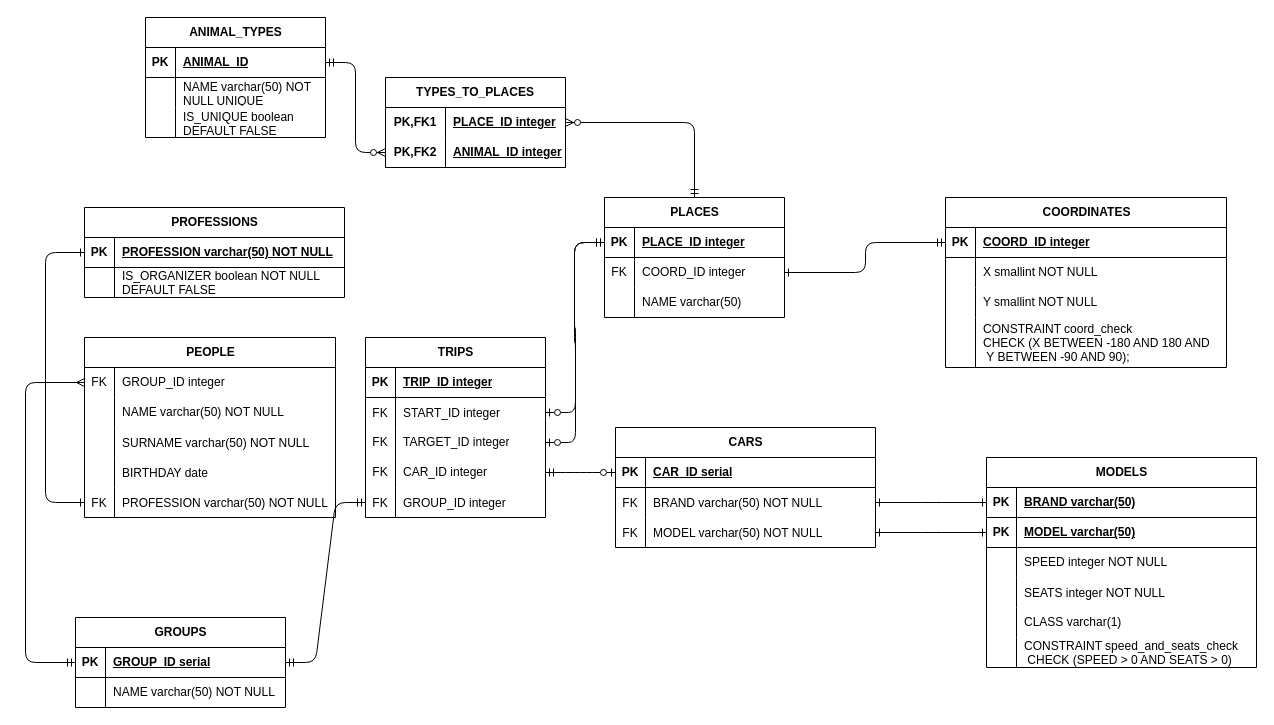
Before: lab3/NewModel.drawio in Xaabibas/Databases, a draw.io diagram. Source tidied: cells renumbered, new cells numbered last; positions are measured from the earlier drawing's top-left corner, leaving out a move shared by most shapes. Both pictures are drawn from the tidied source at 100%, with x=0, y=0 at pixel (25, 17).
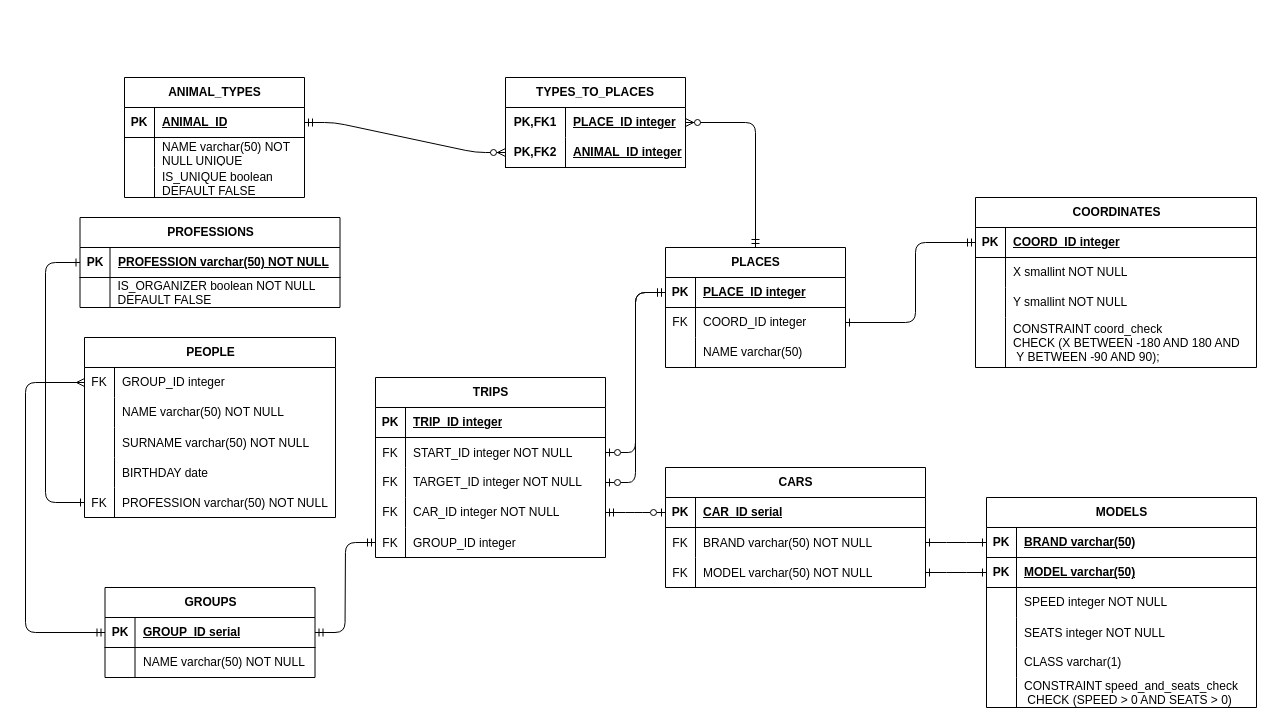
The same diagram, later.

Unchanged cells that the change refers to:
```xml
<mxCell id="32" style="shape=tableRow;horizontal=0;startSize=0;swimlaneHead=0;swimlaneBody=0;fillColor=none;points=[[0,0.5],[1,0.5]];portConstraint=eastwest;top=0;left=0;right=0;bottom=0;" parent="28" vertex="1">
  <mxGeometry y="60" width="180" height="30" as="geometry" />
</mxCell>
<mxCell id="39" style="shape=tableRow;horizontal=0;startSize=0;swimlaneHead=0;swimlaneBody=0;fillColor=none;points=[[0,0.5],[1,0.5]];portConstraint=eastwest;top=0;left=0;right=0;bottom=1;" parent="38" vertex="1">
  <mxGeometry y="30" width="281" height="30" as="geometry" />
</mxCell>
```

Change to the diagram source:
```diff
@@
     <mxCell id="2" value="TRIPS" style="shape=table;startSize=30;childLayout=tableLayout;rowLines=0;fontStyle=1;align=center;html=1;" parent="1" vertex="1">
-      <mxGeometry x="340" y="320" width="180" height="180" as="geometry" />
+      <mxGeometry x="350" y="360" width="230" height="180" as="geometry" />
     </mxCell>
     <mxCell id="3" style="shape=tableRow;horizontal=0;startSize=0;swimlaneHead=0;swimlaneBody=0;fillColor=none;top=0;left=0;right=0;bottom=1;" parent="2" vertex="1">
-      <mxGeometry y="30" width="180" height="30" as="geometry" />
+      <mxGeometry y="30" width="230" height="30" as="geometry" />
     </mxCell>
@@
     <mxCell id="5" value="TRIP_ID integer" style="shape=partialRectangle;fillColor=none;top=0;left=0;bottom=0;right=0;align=left;spacingLeft=6;fontStyle=5;overflow=hidden;whiteSpace=wrap;html=1;" parent="3" vertex="1">
-      <mxGeometry x="30" width="150" height="30" as="geometry" />
+      <mxGeometry x="30" width="200" height="30" as="geometry" />
     </mxCell>
     <mxCell id="6" style="shape=tableRow;horizontal=0;startSize=0;swimlaneHead=0;swimlaneBody=0;fillColor=none;points=[[0,0.5],[1,0.5]];portConstraint=eastwest;top=0;left=0;right=0;bottom=0;" parent="2" vertex="1">
-      <mxGeometry y="60" width="180" height="30" as="geometry" />
+      <mxGeometry y="60" width="230" height="30" as="geometry" />
     </mxCell>
@@
-    <mxCell id="8" value="START_ID integer" style="shape=partialRectangle;fillColor=none;top=0;left=0;bottom=0;right=0;align=left;spacingLeft=6;overflow=hidden;" parent="6" vertex="1">
-      <mxGeometry x="30" width="150" height="30" as="geometry" />
+    <mxCell id="8" value="START_ID integer NOT NULL" style="shape=partialRectangle;fillColor=none;top=0;left=0;bottom=0;right=0;align=left;spacingLeft=6;overflow=hidden;" parent="6" vertex="1">
+      <mxGeometry x="30" width="200" height="30" as="geometry" />
     </mxCell>
     <mxCell id="9" style="shape=tableRow;horizontal=0;startSize=0;swimlaneHead=0;swimlaneBody=0;fillColor=none;points=[[0,0.5],[1,0.5]];portConstraint=eastwest;top=0;left=0;right=0;bottom=0;" parent="2" vertex="1">
-      <mxGeometry y="90" width="180" height="30" as="geometry" />
+      <mxGeometry y="90" width="230" height="30" as="geometry" />
     </mxCell>
@@
-    <mxCell id="11" value="TARGET_ID integer" style="shape=partialRectangle;fillColor=none;top=0;left=0;bottom=0;right=0;align=left;spacingLeft=6;overflow=hidden;whiteSpace=wrap;html=1;" parent="9" vertex="1">
-      <mxGeometry x="30" width="150" height="30" as="geometry" />
+    <mxCell id="11" value="TARGET_ID integer NOT NULL" style="shape=partialRectangle;fillColor=none;top=0;left=0;bottom=0;right=0;align=left;spacingLeft=6;overflow=hidden;whiteSpace=wrap;html=1;" parent="9" vertex="1">
+      <mxGeometry x="30" width="200" height="30" as="geometry" />
     </mxCell>
     <mxCell id="12" style="shape=tableRow;horizontal=0;startSize=0;swimlaneHead=0;swimlaneBody=0;fillColor=none;points=[[0,0.5],[1,0.5]];portConstraint=eastwest;top=0;left=0;right=0;bottom=0;" parent="2" vertex="1">
-      <mxGeometry y="120" width="180" height="30" as="geometry" />
+      <mxGeometry y="120" width="230" height="30" as="geometry" />
     </mxCell>
@@
-    <mxCell id="14" value="CAR_ID integer" style="shape=partialRectangle;fillColor=none;top=0;left=0;bottom=0;right=0;align=left;spacingLeft=6;overflow=hidden;whiteSpace=wrap;html=1;" parent="12" vertex="1">
-      <mxGeometry x="30" width="150" height="30" as="geometry" />
+    <mxCell id="14" value="CAR_ID integer NOT NULL" style="shape=partialRectangle;fillColor=none;top=0;left=0;bottom=0;right=0;align=left;spacingLeft=6;overflow=hidden;whiteSpace=wrap;html=1;" parent="12" vertex="1">
+      <mxGeometry x="30" width="200" height="30" as="geometry" />
     </mxCell>
     <mxCell id="15" style="shape=tableRow;horizontal=0;startSize=0;swimlaneHead=0;swimlaneBody=0;fillColor=none;points=[[0,0.5],[1,0.5]];portConstraint=eastwest;top=0;left=0;right=0;bottom=0;" parent="2" vertex="1">
-      <mxGeometry y="150" width="180" height="30" as="geometry" />
+      <mxGeometry y="150" width="230" height="30" as="geometry" />
     </mxCell>
@@
     <mxCell id="17" value="GROUP_ID integer" style="shape=partialRectangle;fillColor=none;top=0;left=0;bottom=0;right=0;align=left;spacingLeft=6;overflow=hidden;" parent="15" vertex="1">
-      <mxGeometry x="30" width="150" height="30" as="geometry" />
+      <mxGeometry x="30" width="200" height="30" as="geometry" />
     </mxCell>
     <mxCell id="18" value="CARS" style="shape=table;startSize=30;childLayout=tableLayout;rowLines=0;fontStyle=1;align=center;html=1;" parent="1" vertex="1">
-      <mxGeometry x="590" y="410" width="260" height="120" as="geometry" />
+      <mxGeometry x="640" y="450" width="260" height="120" as="geometry" />
     </mxCell>
@@
     <mxCell id="28" value="PLACES" style="shape=table;startSize=30;childLayout=tableLayout;rowLines=0;fontStyle=1;align=center;html=1;" parent="1" vertex="1">
-      <mxGeometry x="579" y="180" width="180" height="120" as="geometry" />
+      <mxGeometry x="640" y="230" width="180" height="120" as="geometry" />
     </mxCell>
@@
     <mxCell id="38" value="COORDINATES" style="shape=table;startSize=30;childLayout=tableLayout;rowLines=0;fontStyle=1;align=center;html=1;" parent="1" vertex="1">
-      <mxGeometry x="920" y="180" width="281" height="170" as="geometry" />
+      <mxGeometry x="950" y="180" width="281" height="170" as="geometry" />
     </mxCell>
@@
     <mxCell id="51" value="GROUPS" style="shape=table;startSize=30;childLayout=tableLayout;rowLines=0;fontStyle=1;align=center;html=1;" parent="1" vertex="1">
-      <mxGeometry x="50" y="600" width="210" height="90" as="geometry" />
+      <mxGeometry x="79.5" y="570" width="210" height="90" as="geometry" />
     </mxCell>
@@
     <mxCell id="58" value="ANIMAL_TYPES" style="shape=table;startSize=30;childLayout=tableLayout;rowLines=0;fontStyle=1;align=center;html=1;" parent="1" vertex="1">
-      <mxGeometry x="120" width="180" height="120" as="geometry" />
+      <mxGeometry x="99" y="60" width="180" height="120" as="geometry" />
     </mxCell>
@@
     <mxCell id="68" value="TYPES_TO_PLACES" style="shape=table;startSize=30;childLayout=tableLayout;rowLines=0;fontStyle=1;align=center;html=1;whiteSpace=wrap;" parent="1" vertex="1">
-      <mxGeometry x="360" y="60" width="180" height="90" as="geometry" />
+      <mxGeometry x="480" y="60" width="180" height="90" as="geometry" />
     </mxCell>
@@
     <mxCell id="77" style="edgeStyle=elbowEdgeStyle;fontSize=12;html=1;endArrow=ERmandOne;rounded=1;exitX=1;exitY=0.5;exitDx=0;exitDy=0;entryX=0;entryY=0.5;entryDx=0;entryDy=0;startArrow=ERone;startFill=0;" parent="1" edge="1" source="32" target="39">
       <mxGeometry relative="1" as="geometry">
         <Array as="points">
-          <mxPoint x="840" y="240" />
+          <mxPoint x="890" y="260" />
         </Array>
       </mxGeometry>
     </mxCell>
@@
     <mxCell id="99" value="MODELS" style="shape=table;startSize=30;childLayout=tableLayout;rowLines=0;fontStyle=1;align=center;html=1;" parent="1" vertex="1">
-      <mxGeometry x="961" y="440" width="270" height="210" as="geometry" />
+      <mxGeometry x="961" y="480" width="270" height="210" as="geometry" />
     </mxCell>
@@
     <mxCell id="120" value="PROFESSIONS" style="shape=table;startSize=30;childLayout=tableLayout;rowLines=0;fontStyle=1;align=center;html=1;" parent="1" vertex="1">
-      <mxGeometry x="59" y="190" width="260" height="90" as="geometry" />
+      <mxGeometry x="54.5" y="200" width="260" height="90" as="geometry" />
     </mxCell>
```
